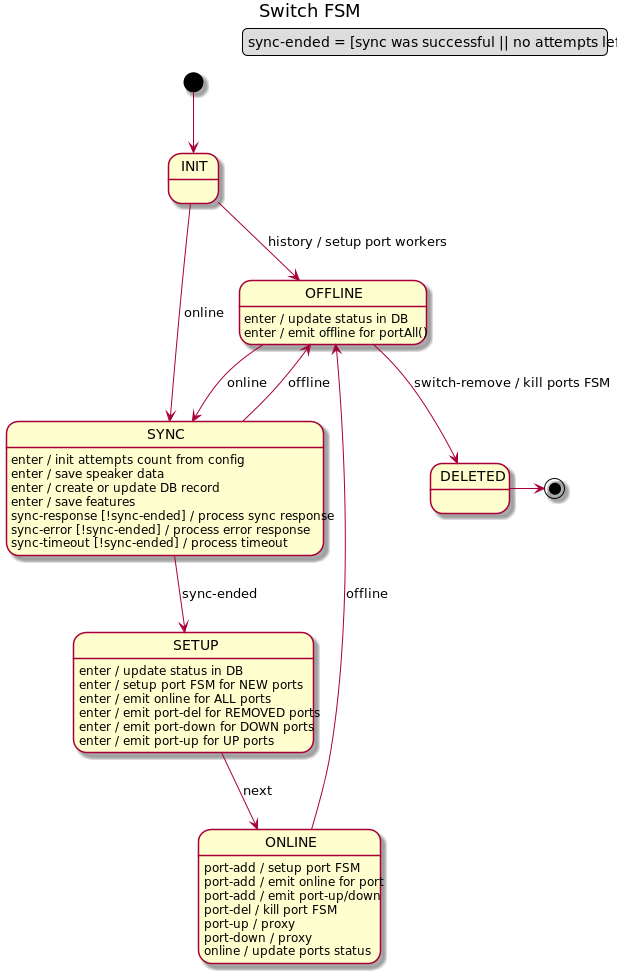
Before: docs/design/network-discovery/switch-FSM.png, a diagram exported from PlantUML (telstra/open-kilda).
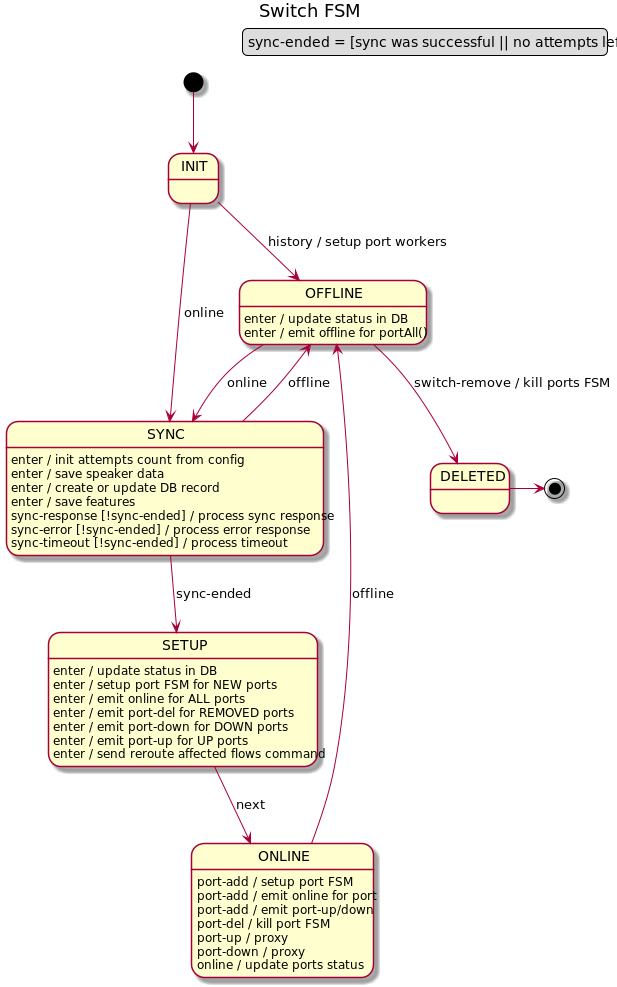
Above is the later version.

Change to the diagram source:
```diff
@@ -26,6 +26,7 @@
 SETUP : enter / emit port-del for REMOVED ports
 SETUP : enter / emit port-down for DOWN ports
 SETUP : enter / emit port-up for UP ports
+SETUP : enter / send reroute affected flows command
 SETUP --> ONLINE : next
 
 ONLINE : port-add / setup port FSM
```
